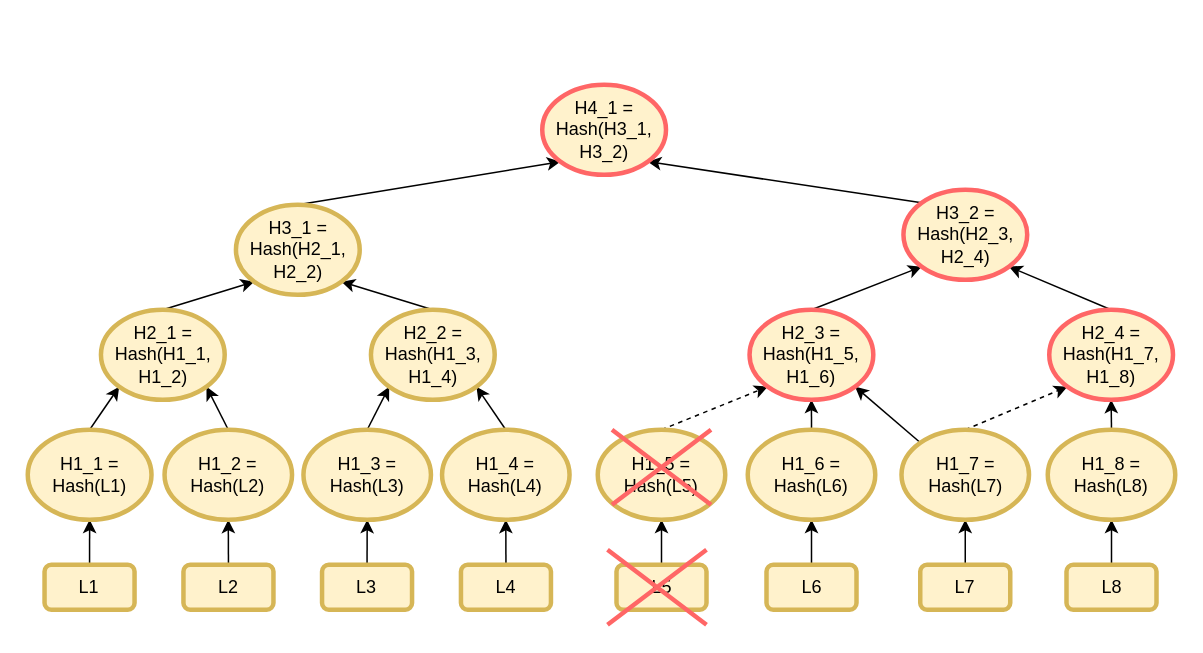
The draw.io diagram page "Delete" (3 of 3) of pictures/diagrams/MerkleTree_Incremental.drawio in Badcat330/HashBaseStructs, before the edit. Source tidied: cells renumbered, new cells numbered last; positions are measured from the earlier drawing's top-left corner, leaving out a move shared by most shapes. Both pictures are drawn from the tidied source at 150%, with x=0, y=0 at pixel (27, 84).
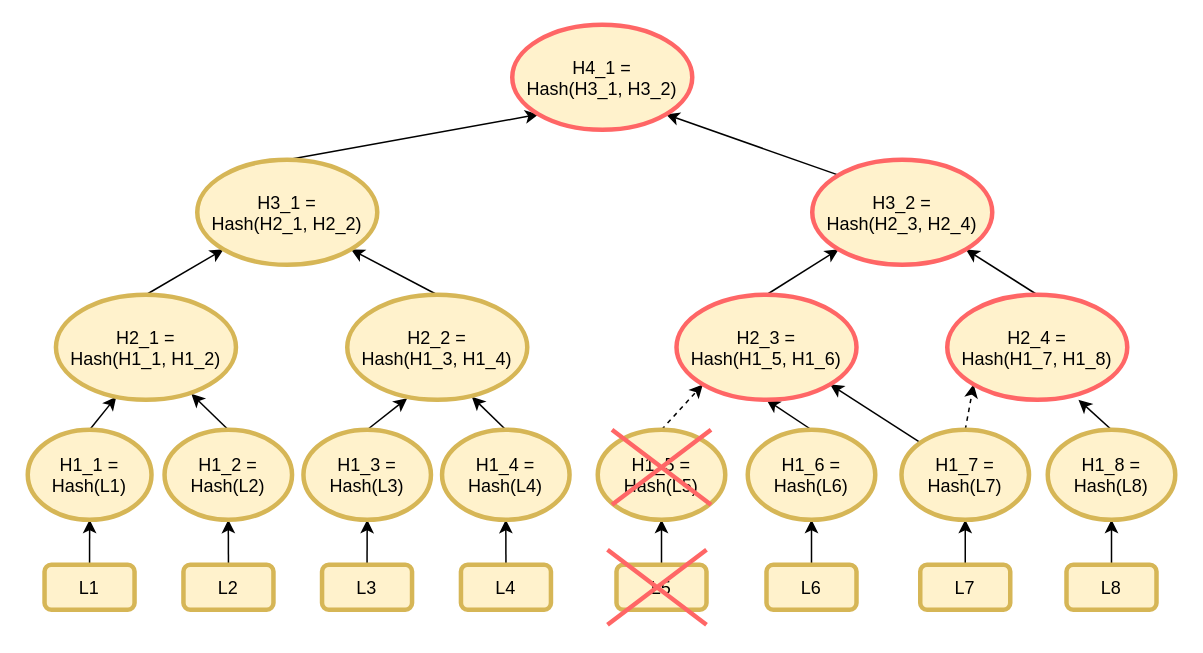
The same diagram, later.

What changed in the source:
```diff
@@
-    <mxCell id="2" style="edgeStyle=orthogonalEdgeStyle;rounded=0;jettySize=auto;html=1;exitX=0.5;exitY=0;exitDx=0;exitDy=0;entryX=0.5;entryY=1;entryDx=0;entryDy=0;" parent="1" edge="1" source="3" target="19">
+    <mxCell id="2" style="edgeStyle=orthogonalEdgeStyle;rounded=0;jettySize=auto;exitX=0.5;exitY=0;exitDx=0;exitDy=0;entryX=0.5;entryY=1;entryDx=0;entryDy=0;" parent="1" edge="1" source="3" target="19">
       <mxGeometry relative="1" as="geometry" />
     </mxCell>
-    <mxCell id="3" value="L1" style="rounded=1;whiteSpace=wrap;html=1;fillColor=#fff2cc;strokeColor=#d6b656;strokeWidth=3;" parent="1" vertex="1">
+    <mxCell id="3" value="L1" style="rounded=1;fillColor=#fff2cc;strokeColor=#d6b656;strokeWidth=3;" parent="1" vertex="1">
       <mxGeometry x="11.2" y="320" width="60" height="30" as="geometry" />
     </mxCell>
-    <mxCell id="4" style="edgeStyle=orthogonalEdgeStyle;rounded=0;jettySize=auto;html=1;exitX=0.5;exitY=0;exitDx=0;exitDy=0;entryX=0.5;entryY=1;entryDx=0;entryDy=0;" parent="1" edge="1" source="5" target="21">
+    <mxCell id="4" style="edgeStyle=orthogonalEdgeStyle;rounded=0;jettySize=auto;exitX=0.5;exitY=0;exitDx=0;exitDy=0;entryX=0.5;entryY=1;entryDx=0;entryDy=0;" parent="1" edge="1" source="5" target="21">
       <mxGeometry relative="1" as="geometry" />
     </mxCell>
-    <mxCell id="5" value="L2" style="rounded=1;whiteSpace=wrap;html=1;fillColor=#fff2cc;strokeColor=#d6b656;strokeWidth=3;" parent="1" vertex="1">
+    <mxCell id="5" value="L2" style="rounded=1;fillColor=#fff2cc;strokeColor=#d6b656;strokeWidth=3;" parent="1" vertex="1">
       <mxGeometry x="103.8" y="320" width="60" height="30" as="geometry" />
     </mxCell>
-    <mxCell id="6" style="edgeStyle=orthogonalEdgeStyle;rounded=0;jettySize=auto;html=1;exitX=0.5;exitY=0;exitDx=0;exitDy=0;entryX=0.5;entryY=1;entryDx=0;entryDy=0;" parent="1" edge="1" source="7" target="23">
+    <mxCell id="6" style="edgeStyle=orthogonalEdgeStyle;rounded=0;jettySize=auto;exitX=0.5;exitY=0;exitDx=0;exitDy=0;entryX=0.5;entryY=1;entryDx=0;entryDy=0;" parent="1" edge="1" source="7" target="23">
       <mxGeometry relative="1" as="geometry" />
     </mxCell>
-    <mxCell id="7" value="L3" style="rounded=1;whiteSpace=wrap;html=1;fillColor=#fff2cc;strokeColor=#d6b656;strokeWidth=3;" parent="1" vertex="1">
+    <mxCell id="7" value="L3" style="rounded=1;fillColor=#fff2cc;strokeColor=#d6b656;strokeWidth=3;" parent="1" vertex="1">
       <mxGeometry x="196.2" y="320" width="60" height="30" as="geometry" />
     </mxCell>
-    <mxCell id="8" style="edgeStyle=orthogonalEdgeStyle;rounded=0;jettySize=auto;html=1;exitX=0.5;exitY=0;exitDx=0;exitDy=0;entryX=0.5;entryY=1;entryDx=0;entryDy=0;" parent="1" edge="1" source="9" target="25">
+    <mxCell id="8" style="edgeStyle=orthogonalEdgeStyle;rounded=0;jettySize=auto;exitX=0.5;exitY=0;exitDx=0;exitDy=0;entryX=0.5;entryY=1;entryDx=0;entryDy=0;" parent="1" edge="1" source="9" target="25">
       <mxGeometry relative="1" as="geometry" />
     </mxCell>
-    <mxCell id="9" value="L4" style="rounded=1;whiteSpace=wrap;html=1;fillColor=#fff2cc;strokeColor=#d6b656;strokeWidth=3;" parent="1" vertex="1">
+    <mxCell id="9" value="L4" style="rounded=1;fillColor=#fff2cc;strokeColor=#d6b656;strokeWidth=3;" parent="1" vertex="1">
       <mxGeometry x="288.8" y="320" width="60" height="30" as="geometry" />
     </mxCell>
-    <mxCell id="10" style="edgeStyle=orthogonalEdgeStyle;rounded=0;jettySize=auto;html=1;exitX=0.5;exitY=0;exitDx=0;exitDy=0;entryX=0.5;entryY=1;entryDx=0;entryDy=0;" parent="1" edge="1" source="11" target="27">
+    <mxCell id="10" style="edgeStyle=orthogonalEdgeStyle;rounded=0;jettySize=auto;exitX=0.5;exitY=0;exitDx=0;exitDy=0;entryX=0.5;entryY=1;entryDx=0;entryDy=0;" parent="1" edge="1" source="11" target="27">
       <mxGeometry relative="1" as="geometry" />
     </mxCell>
-    <mxCell id="11" value="L5" style="rounded=1;whiteSpace=wrap;html=1;fillColor=#fff2cc;strokeWidth=3;strokeColor=#d6b656;" parent="1" vertex="1">
+    <mxCell id="11" value="L5" style="rounded=1;fillColor=#fff2cc;strokeWidth=3;strokeColor=#d6b656;" parent="1" vertex="1">
       <mxGeometry x="392.5" y="320" width="60" height="30" as="geometry" />
     </mxCell>
-    <mxCell id="12" style="edgeStyle=orthogonalEdgeStyle;rounded=0;jettySize=auto;html=1;exitX=0.5;exitY=0;exitDx=0;exitDy=0;entryX=0.5;entryY=1;entryDx=0;entryDy=0;" parent="1" edge="1" source="13" target="29">
+    <mxCell id="12" style="edgeStyle=orthogonalEdgeStyle;rounded=0;jettySize=auto;exitX=0.5;exitY=0;exitDx=0;exitDy=0;entryX=0.5;entryY=1;entryDx=0;entryDy=0;" parent="1" edge="1" source="13" target="29">
       <mxGeometry relative="1" as="geometry" />
     </mxCell>
-    <mxCell id="13" value="L6" style="rounded=1;whiteSpace=wrap;html=1;fillColor=#fff2cc;strokeColor=#d6b656;strokeWidth=3;" parent="1" vertex="1">
+    <mxCell id="13" value="L6" style="rounded=1;fillColor=#fff2cc;strokeColor=#d6b656;strokeWidth=3;" parent="1" vertex="1">
       <mxGeometry x="492.5" y="320" width="60" height="30" as="geometry" />
     </mxCell>
-    <mxCell id="14" style="edgeStyle=orthogonalEdgeStyle;rounded=0;jettySize=auto;html=1;exitX=0.5;exitY=0;exitDx=0;exitDy=0;entryX=0.5;entryY=1;entryDx=0;entryDy=0;" parent="1" edge="1" source="15" target="32">
+    <mxCell id="14" style="edgeStyle=orthogonalEdgeStyle;rounded=0;jettySize=auto;exitX=0.5;exitY=0;exitDx=0;exitDy=0;entryX=0.5;entryY=1;entryDx=0;entryDy=0;" parent="1" edge="1" source="15" target="32">
       <mxGeometry relative="1" as="geometry" />
     </mxCell>
-    <mxCell id="15" value="L7" style="rounded=1;whiteSpace=wrap;html=1;fillColor=#fff2cc;strokeColor=#d6b656;strokeWidth=3;" parent="1" vertex="1">
+    <mxCell id="15" value="L7" style="rounded=1;fillColor=#fff2cc;strokeColor=#d6b656;strokeWidth=3;" parent="1" vertex="1">
       <mxGeometry x="595" y="320" width="60" height="30" as="geometry" />
     </mxCell>
-    <mxCell id="16" style="edgeStyle=orthogonalEdgeStyle;rounded=0;jettySize=auto;html=1;exitX=0.5;exitY=0;exitDx=0;exitDy=0;entryX=0.5;entryY=1;entryDx=0;entryDy=0;" parent="1" edge="1" source="17" target="34">
+    <mxCell id="16" style="edgeStyle=orthogonalEdgeStyle;rounded=0;jettySize=auto;exitX=0.5;exitY=0;exitDx=0;exitDy=0;entryX=0.5;entryY=1;entryDx=0;entryDy=0;" parent="1" edge="1" source="17" target="34">
       <mxGeometry relative="1" as="geometry" />
     </mxCell>
-    <mxCell id="17" value="L8" style="rounded=1;whiteSpace=wrap;html=1;fillColor=#fff2cc;strokeColor=#d6b656;strokeWidth=3;" parent="1" vertex="1">
+    <mxCell id="17" value="L8" style="rounded=1;fillColor=#fff2cc;strokeColor=#d6b656;strokeWidth=3;" parent="1" vertex="1">
       <mxGeometry x="692.5" y="320" width="60" height="30" as="geometry" />
     </mxCell>
-    <mxCell id="18" style="rounded=0;jettySize=auto;html=1;exitX=0.5;exitY=0;exitDx=0;exitDy=0;entryX=0;entryY=1;entryDx=0;entryDy=0;" parent="1" edge="1" source="19" target="36">
+    <mxCell id="18" style="rounded=0;jettySize=auto;exitX=0.5;exitY=0;exitDx=0;exitDy=0;entryX=0.335;entryY=0.971;entryDx=0;entryDy=0;entryPerimeter=0;" parent="1" edge="1" source="19" target="36">
       <mxGeometry relative="1" as="geometry" />
     </mxCell>
-    <mxCell id="19" value="&lt;font style=&quot;font-size: 12px&quot;&gt;H1_1 =&lt;br&gt;Hash(L1)&lt;/font&gt;" style="ellipse;whiteSpace=wrap;html=1;strokeColor=#d6b656;strokeWidth=3;fillColor=#fff2cc;" parent="1" vertex="1">
+    <mxCell id="19" value="H1_1 =&#10;Hash(L1)" style="ellipse;strokeColor=#d6b656;strokeWidth=3;fillColor=#fff2cc;" parent="1" vertex="1">
       <mxGeometry y="230" width="82.5" height="60" as="geometry" />
     </mxCell>
-    <mxCell id="20" style="edgeStyle=none;rounded=0;jettySize=auto;html=1;exitX=0.5;exitY=0;exitDx=0;exitDy=0;entryX=1;entryY=1;entryDx=0;entryDy=0;" parent="1" edge="1" source="21" target="36">
+    <mxCell id="20" style="edgeStyle=none;rounded=0;jettySize=auto;exitX=0.5;exitY=0;exitDx=0;exitDy=0;entryX=0.752;entryY=0.943;entryDx=0;entryDy=0;entryPerimeter=0;" parent="1" edge="1" source="21" target="36">
       <mxGeometry relative="1" as="geometry" />
     </mxCell>
-    <mxCell id="21" value="&lt;font style=&quot;font-size: 12px&quot;&gt;H1_2 =&lt;br&gt;Hash(L2)&lt;/font&gt;" style="ellipse;whiteSpace=wrap;html=1;strokeColor=#d6b656;strokeWidth=3;fillColor=#fff2cc;" parent="1" vertex="1">
+    <mxCell id="21" value="H1_2 =&#10;Hash(L2)" style="ellipse;strokeColor=#d6b656;strokeWidth=3;fillColor=#fff2cc;" parent="1" vertex="1">
       <mxGeometry x="91.2" y="230" width="85" height="60" as="geometry" />
     </mxCell>
-    <mxCell id="22" style="edgeStyle=none;rounded=0;jettySize=auto;html=1;exitX=0.5;exitY=0;exitDx=0;exitDy=0;entryX=0;entryY=1;entryDx=0;entryDy=0;" parent="1" edge="1" source="23" target="38">
+    <mxCell id="22" style="edgeStyle=none;rounded=0;jettySize=auto;exitX=0.5;exitY=0;exitDx=0;exitDy=0;entryX=0.333;entryY=0.986;entryDx=0;entryDy=0;entryPerimeter=0;" parent="1" edge="1" source="23" target="38">
       <mxGeometry relative="1" as="geometry" />
     </mxCell>
-    <mxCell id="23" value="&lt;font style=&quot;font-size: 12px&quot;&gt;H1_3 =&lt;br&gt;Hash(L3)&lt;/font&gt;" style="ellipse;whiteSpace=wrap;html=1;strokeColor=#d6b656;strokeWidth=3;fillColor=#fff2cc;" parent="1" vertex="1">
+    <mxCell id="23" value="H1_3 =&#10;Hash(L3)" style="ellipse;strokeColor=#d6b656;strokeWidth=3;fillColor=#fff2cc;" parent="1" vertex="1">
       <mxGeometry x="183.8" y="230" width="85" height="60" as="geometry" />
     </mxCell>
-    <mxCell id="24" style="edgeStyle=none;rounded=0;jettySize=auto;html=1;exitX=0.5;exitY=0;exitDx=0;exitDy=0;entryX=1;entryY=1;entryDx=0;entryDy=0;" parent="1" edge="1" source="25" target="38">
+    <mxCell id="24" style="edgeStyle=none;rounded=0;jettySize=auto;exitX=0.5;exitY=0;exitDx=0;exitDy=0;entryX=0.692;entryY=0.971;entryDx=0;entryDy=0;entryPerimeter=0;" parent="1" edge="1" source="25" target="38">
       <mxGeometry relative="1" as="geometry" />
     </mxCell>
-    <mxCell id="25" value="&lt;font style=&quot;font-size: 12px&quot;&gt;H1_4 =&lt;br&gt;Hash(L4)&lt;/font&gt;" style="ellipse;whiteSpace=wrap;html=1;strokeColor=#d6b656;strokeWidth=3;fillColor=#fff2cc;" parent="1" vertex="1">
+    <mxCell id="25" value="H1_4 =&#10;Hash(L4)" style="ellipse;strokeColor=#d6b656;strokeWidth=3;fillColor=#fff2cc;" parent="1" vertex="1">
       <mxGeometry x="276.2" y="230" width="85" height="60" as="geometry" />
     </mxCell>
-    <mxCell id="26" style="edgeStyle=none;rounded=0;jettySize=auto;html=1;exitX=0.5;exitY=0;exitDx=0;exitDy=0;entryX=0;entryY=1;entryDx=0;entryDy=0;dashed=1;" parent="1" edge="1" source="27" target="40">
+    <mxCell id="26" style="edgeStyle=none;rounded=0;jettySize=auto;exitX=0.5;exitY=0;exitDx=0;exitDy=0;entryX=0;entryY=1;entryDx=0;entryDy=0;dashed=1;" parent="1" edge="1" source="27" target="40">
       <mxGeometry relative="1" as="geometry" />
     </mxCell>
-    <mxCell id="27" value="&lt;font style=&quot;font-size: 12px&quot;&gt;H1_5 =&lt;br&gt;Hash(L5)&lt;/font&gt;" style="ellipse;whiteSpace=wrap;html=1;strokeWidth=3;fillColor=#fff2cc;strokeColor=#d6b656;" parent="1" vertex="1">
+    <mxCell id="27" value="H1_5 =&#10;Hash(L5)" style="ellipse;strokeWidth=3;fillColor=#fff2cc;strokeColor=#d6b656;" parent="1" vertex="1">
       <mxGeometry x="380" y="230" width="85" height="60" as="geometry" />
     </mxCell>
-    <mxCell id="28" style="edgeStyle=none;rounded=0;jettySize=auto;html=1;exitX=0.5;exitY=0;exitDx=0;exitDy=0;entryX=0.5;entryY=1;entryDx=0;entryDy=0;" parent="1" edge="1" source="29" target="40">
+    <mxCell id="28" style="edgeStyle=none;rounded=0;jettySize=auto;exitX=0.5;exitY=0;exitDx=0;exitDy=0;entryX=0.5;entryY=1;entryDx=0;entryDy=0;" parent="1" edge="1" source="29" target="40">
       <mxGeometry relative="1" as="geometry" />
     </mxCell>
-    <mxCell id="29" value="&lt;font style=&quot;font-size: 12px&quot;&gt;H1_6 =&lt;br&gt;Hash(L6)&lt;/font&gt;" style="ellipse;whiteSpace=wrap;html=1;strokeColor=#d6b656;strokeWidth=3;fillColor=#fff2cc;" parent="1" vertex="1">
+    <mxCell id="29" value="H1_6 =&#10;Hash(L6)" style="ellipse;strokeColor=#d6b656;strokeWidth=3;fillColor=#fff2cc;" parent="1" vertex="1">
       <mxGeometry x="480" y="230" width="85" height="60" as="geometry" />
     </mxCell>
-    <mxCell id="30" style="edgeStyle=none;rounded=0;jettySize=auto;html=1;entryX=0;entryY=1;entryDx=0;entryDy=0;dashed=1;" parent="1" edge="1" target="42">
+    <mxCell id="30" style="edgeStyle=none;rounded=0;jettySize=auto;entryX=0;entryY=1;entryDx=0;entryDy=0;dashed=1;" parent="1" edge="1" target="42">
       <mxGeometry relative="1" as="geometry">
         <mxPoint x="625" y="230" as="sourcePoint" />
       </mxGeometry>
     </mxCell>
-    <mxCell id="31" style="rounded=0;jettySize=auto;html=1;exitX=0;exitY=0;exitDx=0;exitDy=0;entryX=1;entryY=1;entryDx=0;entryDy=0;" parent="1" edge="1" source="32" target="40">
+    <mxCell id="31" style="rounded=0;jettySize=auto;exitX=0;exitY=0;exitDx=0;exitDy=0;entryX=1;entryY=1;entryDx=0;entryDy=0;" parent="1" edge="1" source="32" target="40">
       <mxGeometry relative="1" as="geometry" />
     </mxCell>
-    <mxCell id="32" value="&lt;font style=&quot;font-size: 12px&quot;&gt;H1_7 =&lt;br&gt;Hash(L7)&lt;/font&gt;" style="ellipse;whiteSpace=wrap;html=1;strokeColor=#d6b656;strokeWidth=3;fillColor=#fff2cc;" parent="1" vertex="1">
+    <mxCell id="32" value="H1_7 =&#10;Hash(L7)" style="ellipse;strokeColor=#d6b656;strokeWidth=3;fillColor=#fff2cc;" parent="1" vertex="1">
       <mxGeometry x="582.5" y="230" width="85" height="60" as="geometry" />
     </mxCell>
-    <mxCell id="33" style="edgeStyle=none;rounded=0;jettySize=auto;html=1;exitX=0.5;exitY=0;exitDx=0;exitDy=0;entryX=0.5;entryY=1;entryDx=0;entryDy=0;" parent="1" edge="1" source="34" target="42">
+    <mxCell id="33" style="edgeStyle=none;rounded=0;jettySize=auto;exitX=0.5;exitY=0;exitDx=0;exitDy=0;entryX=0.729;entryY=1;entryDx=0;entryDy=0;entryPerimeter=0;" parent="1" edge="1" source="34" target="42">
       <mxGeometry relative="1" as="geometry" />
     </mxCell>
-    <mxCell id="34" value="&lt;font style=&quot;font-size: 12px&quot;&gt;H1_8 =&lt;br&gt;Hash(L8)&lt;/font&gt;" style="ellipse;whiteSpace=wrap;html=1;strokeColor=#d6b656;strokeWidth=3;fillColor=#fff2cc;" parent="1" vertex="1">
+    <mxCell id="34" value="H1_8 =&#10;Hash(L8)" style="ellipse;strokeColor=#d6b656;strokeWidth=3;fillColor=#fff2cc;" parent="1" vertex="1">
       <mxGeometry x="680" y="230" width="85" height="60" as="geometry" />
     </mxCell>
-    <mxCell id="35" style="edgeStyle=none;rounded=0;jettySize=auto;html=1;exitX=0.5;exitY=0;exitDx=0;exitDy=0;entryX=0;entryY=1;entryDx=0;entryDy=0;" parent="1" edge="1" source="36" target="44">
+    <mxCell id="35" style="edgeStyle=none;rounded=0;jettySize=auto;exitX=0.5;exitY=0;exitDx=0;exitDy=0;entryX=0;entryY=1;entryDx=0;entryDy=0;" parent="1" edge="1" source="36" target="44">
       <mxGeometry relative="1" as="geometry" />
     </mxCell>
-    <mxCell id="36" value="&lt;font style=&quot;font-size: 12px&quot;&gt;H2_1 =&lt;br&gt;Hash(H1_1, H1_2)&lt;/font&gt;" style="ellipse;whiteSpace=wrap;html=1;strokeColor=#d6b656;strokeWidth=3;fillColor=#fff2cc;" parent="1" vertex="1">
-      <mxGeometry x="48.8" y="150" width="82.5" height="60" as="geometry" />
+    <mxCell id="36" value="H2_1 =&#10;Hash(H1_1, H1_2)" style="ellipse;strokeColor=#d6b656;strokeWidth=3;fillColor=#fff2cc;" parent="1" vertex="1">
+      <mxGeometry x="18.8" y="140" width="120" height="70" as="geometry" />
     </mxCell>
-    <mxCell id="37" style="edgeStyle=none;rounded=0;jettySize=auto;html=1;exitX=0.5;exitY=0;exitDx=0;exitDy=0;entryX=1;entryY=1;entryDx=0;entryDy=0;" parent="1" edge="1" source="38" target="44">
+    <mxCell id="37" style="edgeStyle=none;rounded=0;jettySize=auto;exitX=0.5;exitY=0;exitDx=0;exitDy=0;entryX=1;entryY=1;entryDx=0;entryDy=0;" parent="1" edge="1" source="38" target="44">
       <mxGeometry relative="1" as="geometry" />
     </mxCell>
-    <mxCell id="38" value="&lt;font style=&quot;font-size: 12px&quot;&gt;H2_2 =&lt;br&gt;Hash(H1_3, H1_4)&lt;/font&gt;" style="ellipse;whiteSpace=wrap;html=1;strokeColor=#d6b656;strokeWidth=3;fillColor=#fff2cc;" parent="1" vertex="1">
-      <mxGeometry x="228.8" y="150" width="82.5" height="60" as="geometry" />
+    <mxCell id="38" value="H2_2 =&#10;Hash(H1_3, H1_4)" style="ellipse;strokeColor=#d6b656;strokeWidth=3;fillColor=#fff2cc;" parent="1" vertex="1">
+      <mxGeometry x="213" y="140" width="120" height="70" as="geometry" />
     </mxCell>
-    <mxCell id="39" style="edgeStyle=none;rounded=0;jettySize=auto;html=1;exitX=0.5;exitY=0;exitDx=0;exitDy=0;entryX=0;entryY=1;entryDx=0;entryDy=0;" parent="1" edge="1" source="40" target="46">
+    <mxCell id="39" style="edgeStyle=none;rounded=0;jettySize=auto;exitX=0.5;exitY=0;exitDx=0;exitDy=0;entryX=0;entryY=1;entryDx=0;entryDy=0;" parent="1" edge="1" source="40" target="46">
       <mxGeometry relative="1" as="geometry" />
     </mxCell>
-    <mxCell id="40" value="&lt;font style=&quot;font-size: 12px&quot;&gt;H2_3 =&lt;br&gt;Hash(H1_5, H1_6)&lt;/font&gt;" style="ellipse;whiteSpace=wrap;html=1;strokeWidth=3;fillColor=#fff2cc;strokeColor=#FF6666;" parent="1" vertex="1">
-      <mxGeometry x="481.2" y="150" width="82.5" height="60" as="geometry" />
+    <mxCell id="40" value="H2_3 =&#10;Hash(H1_5, H1_6)" style="ellipse;strokeWidth=3;fillColor=#fff2cc;strokeColor=#FF6666;" parent="1" vertex="1">
+      <mxGeometry x="432.5" y="140" width="120" height="70" as="geometry" />
     </mxCell>
-    <mxCell id="41" style="edgeStyle=none;rounded=0;jettySize=auto;html=1;exitX=0.5;exitY=0;exitDx=0;exitDy=0;entryX=1;entryY=1;entryDx=0;entryDy=0;" parent="1" edge="1" source="42" target="46">
+    <mxCell id="41" style="edgeStyle=none;rounded=0;jettySize=auto;exitX=0.5;exitY=0;exitDx=0;exitDy=0;entryX=1;entryY=1;entryDx=0;entryDy=0;" parent="1" edge="1" source="42" target="46">
       <mxGeometry relative="1" as="geometry" />
     </mxCell>
-    <mxCell id="42" value="&lt;font style=&quot;font-size: 12px&quot;&gt;H2_4 =&lt;br&gt;Hash(H1_7, H1_8)&lt;/font&gt;" style="ellipse;whiteSpace=wrap;html=1;strokeWidth=3;fillColor=#fff2cc;strokeColor=#FF6666;" parent="1" vertex="1">
-      <mxGeometry x="681" y="150" width="82.5" height="60" as="geometry" />
+    <mxCell id="42" value="H2_4 =&#10;Hash(H1_7, H1_8)" style="ellipse;strokeWidth=3;fillColor=#fff2cc;strokeColor=#FF6666;" parent="1" vertex="1">
+      <mxGeometry x="613" y="140" width="120" height="70" as="geometry" />
     </mxCell>
-    <mxCell id="43" style="edgeStyle=none;rounded=0;jettySize=auto;html=1;exitX=0.5;exitY=0;exitDx=0;exitDy=0;entryX=0;entryY=1;entryDx=0;entryDy=0;" parent="1" edge="1" source="44" target="47">
+    <mxCell id="43" style="edgeStyle=none;rounded=0;jettySize=auto;exitX=0.5;exitY=0;exitDx=0;exitDy=0;entryX=0;entryY=1;entryDx=0;entryDy=0;" parent="1" edge="1" source="44" target="47">
       <mxGeometry relative="1" as="geometry" />
     </mxCell>
-    <mxCell id="44" value="&lt;font style=&quot;font-size: 12px&quot;&gt;H3_1 =&lt;br&gt;Hash(H2_1, H2_2)&lt;/font&gt;" style="ellipse;whiteSpace=wrap;html=1;strokeColor=#d6b656;strokeWidth=3;fillColor=#fff2cc;" parent="1" vertex="1">
-      <mxGeometry x="138.8" y="80" width="82.5" height="60" as="geometry" />
+    <mxCell id="44" value="H3_1 =&#10;Hash(H2_1, H2_2)" style="ellipse;strokeColor=#d6b656;strokeWidth=3;fillColor=#fff2cc;" parent="1" vertex="1">
+      <mxGeometry x="113" y="50" width="120" height="70" as="geometry" />
     </mxCell>
-    <mxCell id="45" style="edgeStyle=none;rounded=0;jettySize=auto;html=1;exitX=0;exitY=0;exitDx=0;exitDy=0;entryX=1;entryY=1;entryDx=0;entryDy=0;" parent="1" edge="1" source="46" target="47">
+    <mxCell id="45" style="edgeStyle=none;rounded=0;jettySize=auto;exitX=0;exitY=0;exitDx=0;exitDy=0;entryX=1;entryY=1;entryDx=0;entryDy=0;" parent="1" edge="1" source="46" target="47">
       <mxGeometry relative="1" as="geometry" />
     </mxCell>
-    <mxCell id="46" value="&lt;font style=&quot;font-size: 12px&quot;&gt;H3_2 =&lt;br&gt;Hash(H2_3, H2_4)&lt;/font&gt;" style="ellipse;whiteSpace=wrap;html=1;strokeWidth=3;fillColor=#fff2cc;strokeColor=#FF6666;" parent="1" vertex="1">
-      <mxGeometry x="583.8" y="70" width="82.5" height="60" as="geometry" />
+    <mxCell id="46" value="H3_2 =&#10;Hash(H2_3, H2_4)" style="ellipse;strokeWidth=3;fillColor=#fff2cc;strokeColor=#FF6666;" parent="1" vertex="1">
+      <mxGeometry x="523" y="50" width="120" height="70" as="geometry" />
     </mxCell>
-    <mxCell id="47" value="&lt;font style=&quot;font-size: 12px&quot;&gt;H4_1 =&lt;br&gt;Hash(H3_1, H3_2)&lt;/font&gt;" style="ellipse;whiteSpace=wrap;html=1;strokeWidth=3;fillColor=#fff2cc;strokeColor=#FF6666;" parent="1" vertex="1">
-      <mxGeometry x="343" width="82.5" height="60" as="geometry" />
+    <mxCell id="47" value="H4_1 =&#10;Hash(H3_1, H3_2)" style="ellipse;strokeWidth=3;fillColor=#fff2cc;strokeColor=#FF6666;" parent="1" vertex="1">
+      <mxGeometry x="323" y="-40" width="120" height="70" as="geometry" />
     </mxCell>
-    <mxCell id="48" style="shape=umlDestroy;whiteSpace=wrap;html=1;strokeWidth=3;strokeColor=#FF6666;" parent="1" vertex="1">
+    <mxCell id="48" style="shape=umlDestroy;strokeWidth=3;strokeColor=#FF6666;" parent="1" vertex="1">
       <mxGeometry x="386.5" y="310" width="66" height="50" as="geometry" />
     </mxCell>
-    <mxCell id="49" style="shape=umlDestroy;whiteSpace=wrap;html=1;strokeWidth=3;strokeColor=#FF6666;" parent="1" vertex="1">
+    <mxCell id="49" style="shape=umlDestroy;strokeWidth=3;strokeColor=#FF6666;" parent="1" vertex="1">
       <mxGeometry x="389.5" y="230" width="66" height="50" as="geometry" />
     </mxCell>
```
